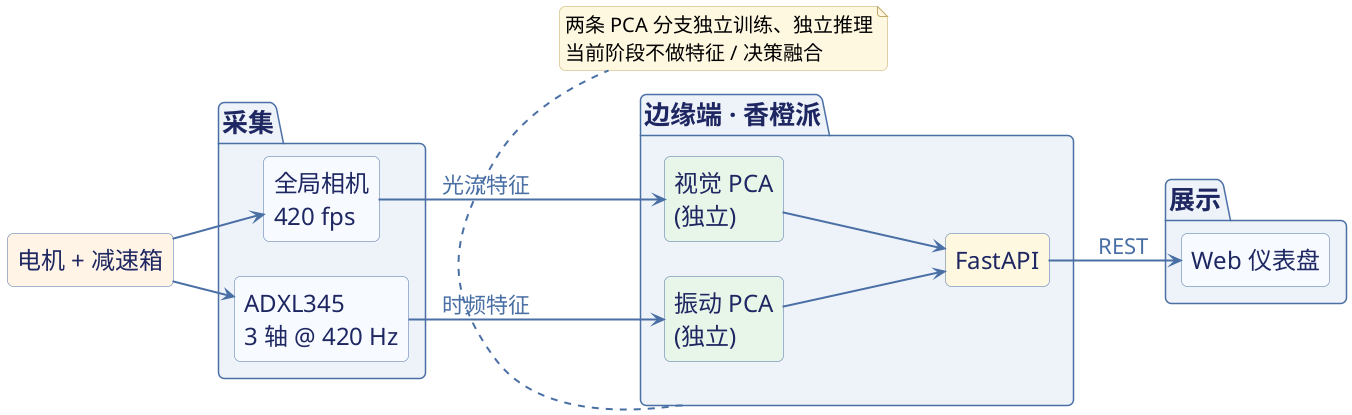
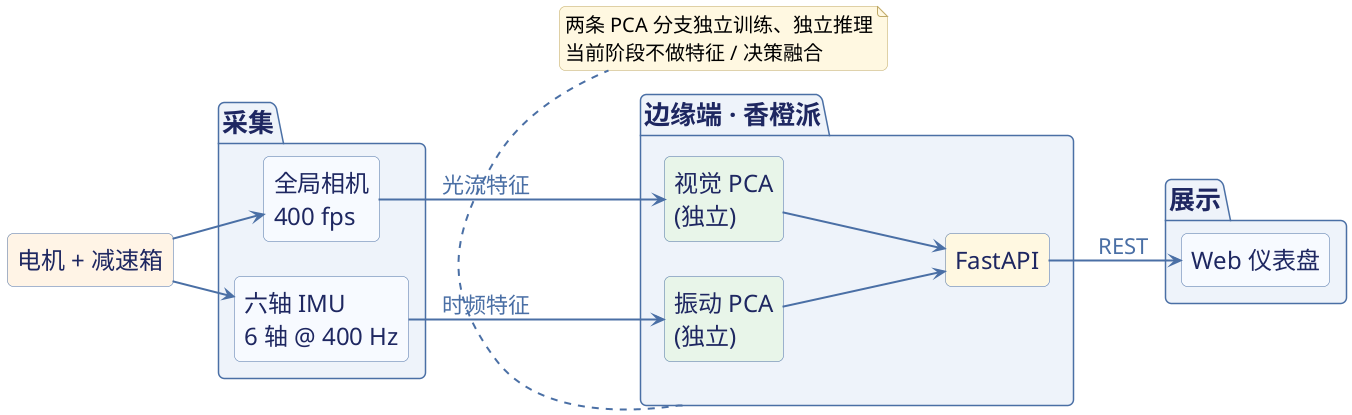
@startuml system-architecture-current
' 中期汇报 - 系统总体架构(当前实际部署)
' 横版,简化文字,字号增大,适合 PPT 整页展示
' (标题由幻灯片自身提供,puml 内不再渲染 title)

skinparam defaultFontName "Microsoft YaHei"
skinparam defaultFontSize 22
skinparam shadowing false
skinparam roundCorner 12
skinparam ranksep 55
skinparam nodesep 35

skinparam rectangle {
  BackgroundColor #F7FAFF
  BorderColor #4A6FA5
  FontColor #1E2761
  FontSize 24
}
skinparam package {
  BackgroundColor #EEF3FA
  BorderColor #4A6FA5
  FontColor #1E2761
  FontSize 26
  FontStyle bold
}
skinparam note {
  BackgroundColor #FFF8E1
  BorderColor #BFA968
  FontSize 20
}
skinparam arrow {
  Color #4A6FA5
  FontColor #4A6FA5
  Thickness 2
}

left to right direction

rectangle "电机 + 减速箱" as MOTOR #FFF4E6

package "采集" as L1 {
-   rectangle "全局相机\n420 fps" as CAM
-   rectangle "ADXL345\n3 轴 @ 420 Hz" as IMU
+   rectangle "全局相机\n400 fps" as CAM
+   rectangle "六轴 IMU\n6 轴 @ 400 Hz" as IMU
}

package "边缘端 · 香橙派" as L2 {
  rectangle "视觉 PCA\n(独立)" as VPCA #E8F5E9
  rectangle "振动 PCA\n(独立)" as SPCA #E8F5E9
  rectangle "FastAPI" as API #FFF8E1
}

package "展示" as L3 {
  rectangle "Web 仪表盘" as WEB
}

MOTOR --> CAM
MOTOR --> IMU
CAM --> VPCA : 光流特征
IMU --> SPCA : 时频特征
VPCA --> API
SPCA --> API
API --> WEB : REST

note bottom of L2
  两条 PCA 分支独立训练、独立推理
  当前阶段不做特征 / 决策融合
end note

@enduml
